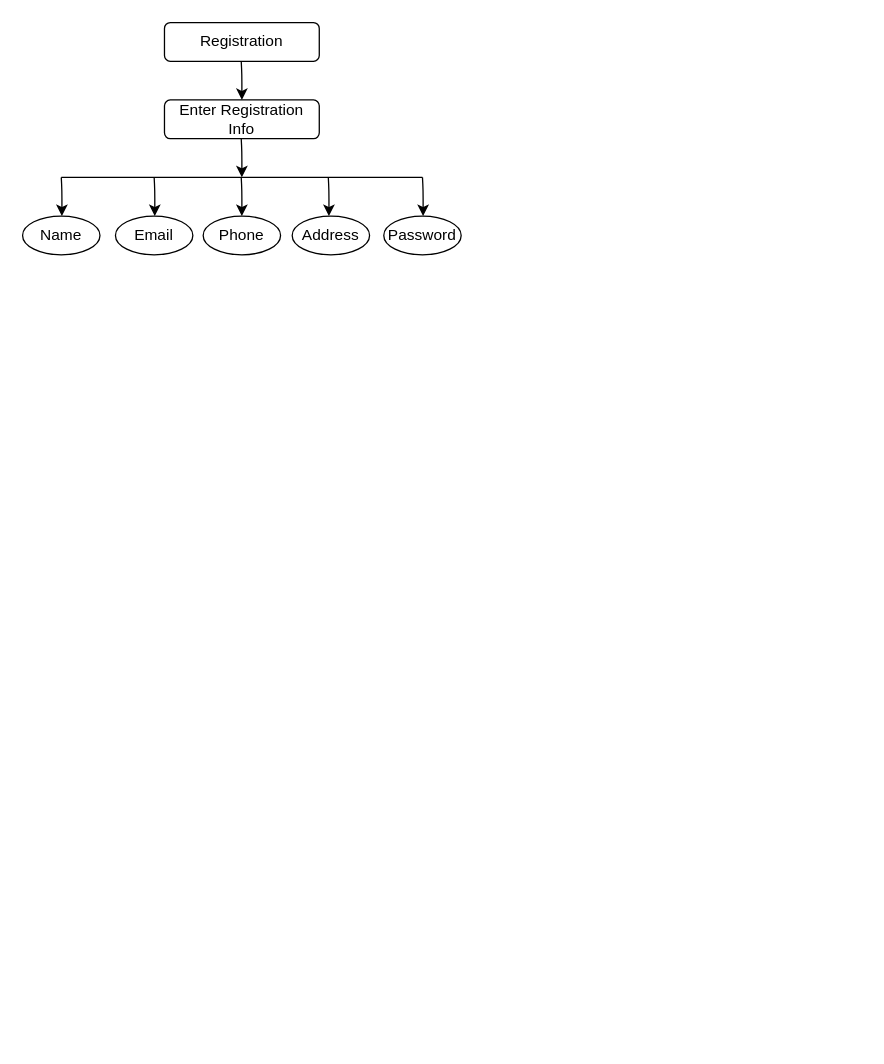
SHIMAISRAFIL/Transport-Schedule keeps this draw.io diagram as database/Activity Diagram for Employee.drawio. Above is the earlier version. Source tidied: cells renumbered, new cells numbered last; positions are measured from the earlier drawing's top-left corner, leaving out a move shared by most shapes. Both pictures are drawn from the tidied source at 129%, with x=0, y=0 at pixel (22, 22).
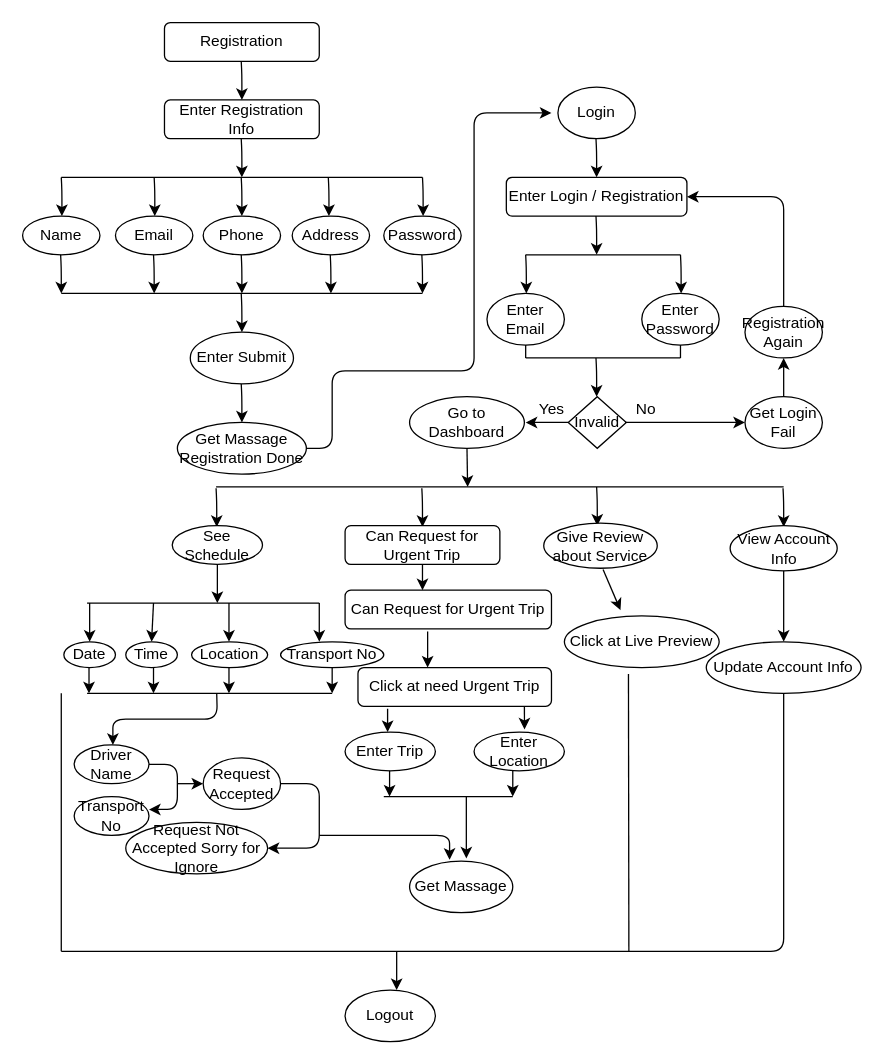
After the change.

Diff of the diagram source:
```diff
@@
+    <mxCell id="17" style="endArrow=classic;html=1;" parent="1" edge="1">
+      <mxGeometry relative="1" as="geometry">
+        <mxPoint x="29.5" y="180" as="sourcePoint" />
+        <mxPoint x="30" y="210" as="targetPoint" />
+        <Array as="points">
+          <mxPoint x="30" y="190" />
+        </Array>
+      </mxGeometry>
+    </mxCell>
+    <mxCell id="18" style="endArrow=classic;html=1;" parent="1" edge="1">
+      <mxGeometry relative="1" as="geometry">
+        <mxPoint x="101.5" y="180" as="sourcePoint" />
+        <mxPoint x="102" y="210" as="targetPoint" />
+        <Array as="points">
+          <mxPoint x="102" y="190" />
+        </Array>
+      </mxGeometry>
+    </mxCell>
+    <mxCell id="19" style="endArrow=classic;html=1;" parent="1" edge="1">
+      <mxGeometry relative="1" as="geometry">
+        <mxPoint x="169.5" y="180" as="sourcePoint" />
+        <mxPoint x="170" y="210" as="targetPoint" />
+        <Array as="points">
+          <mxPoint x="170" y="190" />
+        </Array>
+      </mxGeometry>
+    </mxCell>
+    <mxCell id="20" style="endArrow=classic;html=1;" parent="1" edge="1">
+      <mxGeometry relative="1" as="geometry">
+        <mxPoint x="238.5" y="180" as="sourcePoint" />
+        <mxPoint x="239" y="210" as="targetPoint" />
+        <Array as="points">
+          <mxPoint x="239" y="190" />
+        </Array>
+      </mxGeometry>
+    </mxCell>
+    <mxCell id="21" style="endArrow=classic;html=1;" parent="1" edge="1">
+      <mxGeometry relative="1" as="geometry">
+        <mxPoint x="309.5" y="180" as="sourcePoint" />
+        <mxPoint x="310" y="210" as="targetPoint" />
+        <Array as="points">
+          <mxPoint x="310" y="190" />
+        </Array>
+      </mxGeometry>
+    </mxCell>
+    <mxCell id="22" style="endArrow=none;html=1;" parent="1" edge="1">
+      <mxGeometry relative="1" as="geometry">
+        <mxPoint x="30" y="210" as="sourcePoint" />
+        <mxPoint x="310" y="210" as="targetPoint" />
+      </mxGeometry>
+    </mxCell>
+    <mxCell id="23" style="endArrow=classic;html=1;" parent="1" edge="1">
+      <mxGeometry relative="1" as="geometry">
+        <mxPoint x="169.5" y="210" as="sourcePoint" />
+        <mxPoint x="170" y="240" as="targetPoint" />
+        <Array as="points">
+          <mxPoint x="170" y="220" />
+        </Array>
+      </mxGeometry>
+    </mxCell>
+    <mxCell id="24" value="Get Massage Registration Done" style="ellipse;whiteSpace=wrap;html=1;" parent="1" vertex="1">
+      <mxGeometry x="120" y="310" width="100" height="40" as="geometry" />
+    </mxCell>
+    <mxCell id="25" style="endArrow=classic;html=1;" parent="1" edge="1">
+      <mxGeometry relative="1" as="geometry">
+        <mxPoint x="169.5" y="280" as="sourcePoint" />
+        <mxPoint x="170" y="310" as="targetPoint" />
+        <Array as="points">
+          <mxPoint x="170" y="290" />
+        </Array>
+      </mxGeometry>
+    </mxCell>
+    <mxCell id="26" value="Enter Submit" style="ellipse;whiteSpace=wrap;html=1;" parent="1" vertex="1">
+      <mxGeometry x="130" y="240" width="80" height="40" as="geometry" />
+    </mxCell>
+    <mxCell id="27" style="endArrow=classic;html=1;exitX=1;exitY=0.5;exitDx=0;exitDy=0;" parent="1" edge="1" source="24">
+      <mxGeometry relative="1" as="geometry">
+        <mxPoint x="410" y="70" as="targetPoint" />
+        <Array as="points">
+          <mxPoint x="240" y="330" />
+          <mxPoint x="240" y="270" />
+          <mxPoint x="350" y="270" />
+          <mxPoint x="350" y="190" />
+          <mxPoint x="350" y="70" />
+        </Array>
+      </mxGeometry>
+    </mxCell>
+    <mxCell id="28" value="Login" style="ellipse;whiteSpace=wrap;html=1;" parent="1" vertex="1">
+      <mxGeometry x="415" y="50" width="60" height="40" as="geometry" />
+    </mxCell>
+    <mxCell id="29" style="endArrow=classic;html=1;" parent="1" edge="1">
+      <mxGeometry relative="1" as="geometry">
+        <mxPoint x="444.5" y="90" as="sourcePoint" />
+        <mxPoint x="445" y="120" as="targetPoint" />
+        <Array as="points">
+          <mxPoint x="445" y="100" />
+        </Array>
+      </mxGeometry>
+    </mxCell>
+    <mxCell id="30" value="Enter Login / Registration" style="rounded=1;whiteSpace=wrap;html=1;" parent="1" vertex="1">
+      <mxGeometry x="375" y="120" width="140" height="30" as="geometry" />
+    </mxCell>
+    <mxCell id="31" style="endArrow=classic;html=1;" parent="1" edge="1">
+      <mxGeometry relative="1" as="geometry">
+        <mxPoint x="444.5" y="150" as="sourcePoint" />
+        <mxPoint x="445" y="180" as="targetPoint" />
+        <Array as="points">
+          <mxPoint x="445" y="160" />
+        </Array>
+      </mxGeometry>
+    </mxCell>
+    <mxCell id="32" style="endArrow=none;html=1;" parent="1" edge="1">
+      <mxGeometry relative="1" as="geometry">
+        <mxPoint x="390" y="180" as="sourcePoint" />
+        <mxPoint x="510" y="180" as="targetPoint" />
+      </mxGeometry>
+    </mxCell>
+    <mxCell id="33" value="Enter Email" style="ellipse;whiteSpace=wrap;html=1;" parent="1" vertex="1">
+      <mxGeometry x="360" y="210" width="60" height="40" as="geometry" />
+    </mxCell>
+    <mxCell id="34" value="Enter Password" style="ellipse;whiteSpace=wrap;html=1;" parent="1" vertex="1">
+      <mxGeometry x="480" y="210" width="60" height="40" as="geometry" />
+    </mxCell>
+    <mxCell id="35" style="endArrow=classic;html=1;" parent="1" edge="1">
+      <mxGeometry relative="1" as="geometry">
+        <mxPoint x="390" y="180" as="sourcePoint" />
+        <mxPoint x="390.5" y="210" as="targetPoint" />
+        <Array as="points">
+          <mxPoint x="390.5" y="190" />
+        </Array>
+      </mxGeometry>
+    </mxCell>
+    <mxCell id="36" style="endArrow=classic;html=1;" parent="1" edge="1">
+      <mxGeometry relative="1" as="geometry">
+        <mxPoint x="510" y="180" as="sourcePoint" />
+        <mxPoint x="510.5" y="210" as="targetPoint" />
+        <Array as="points">
+          <mxPoint x="510.5" y="190" />
+        </Array>
+      </mxGeometry>
+    </mxCell>
+    <mxCell id="37" style="endArrow=none;html=1;" parent="1" edge="1">
+      <mxGeometry relative="1" as="geometry">
+        <mxPoint x="390" y="260" as="sourcePoint" />
+        <mxPoint x="510" y="260" as="targetPoint" />
+      </mxGeometry>
+    </mxCell>
+    <mxCell id="38" style="endArrow=none;html=1;entryX=0.5;entryY=1;entryDx=0;entryDy=0;" parent="1" edge="1" target="33">
+      <mxGeometry relative="1" as="geometry">
+        <mxPoint x="390" y="260" as="sourcePoint" />
+      </mxGeometry>
+    </mxCell>
+    <mxCell id="39" style="endArrow=none;html=1;entryX=0.5;entryY=1;entryDx=0;entryDy=0;" parent="1" edge="1" target="34">
+      <mxGeometry relative="1" as="geometry">
+        <mxPoint x="510" y="260" as="sourcePoint" />
+      </mxGeometry>
+    </mxCell>
+    <mxCell id="40" style="endArrow=classic;html=1;" parent="1" edge="1">
+      <mxGeometry relative="1" as="geometry">
+        <mxPoint x="444.5" y="260" as="sourcePoint" />
+        <mxPoint x="445" y="290" as="targetPoint" />
+        <Array as="points">
+          <mxPoint x="445" y="270" />
+        </Array>
+      </mxGeometry>
+    </mxCell>
+    <mxCell id="41" value="Invalid" style="rhombus;whiteSpace=wrap;html=1;" parent="1" vertex="1">
+      <mxGeometry x="423" y="290" width="45" height="40" as="geometry" />
+    </mxCell>
+    <mxCell id="42" style="endArrow=classic;html=1;exitX=0;exitY=0.5;exitDx=0;exitDy=0;" parent="1" edge="1" source="41">
+      <mxGeometry relative="1" as="geometry">
+        <mxPoint x="390" y="310" as="targetPoint" />
+      </mxGeometry>
+    </mxCell>
+    <mxCell id="43" value="Go to Dashboard" style="ellipse;whiteSpace=wrap;html=1;" parent="1" vertex="1">
+      <mxGeometry x="300" y="290" width="89" height="40" as="geometry" />
+    </mxCell>
+    <mxCell id="44" value="Yes" style="text;html=1;align=center;verticalAlign=middle;strokeColor=none;" parent="1" vertex="1">
+      <mxGeometry x="390" y="290" width="40" height="20" as="geometry" />
+    </mxCell>
+    <mxCell id="45" style="endArrow=classic;html=1;entryX=0;entryY=0.5;entryDx=0;entryDy=0;" parent="1" edge="1" target="47">
+      <mxGeometry relative="1" as="geometry">
+        <mxPoint x="467" y="310" as="sourcePoint" />
+      </mxGeometry>
+    </mxCell>
+    <mxCell id="46" value="No" style="text;html=1;align=center;verticalAlign=middle;strokeColor=none;" parent="1" vertex="1">
+      <mxGeometry x="468" y="290" width="30" height="20" as="geometry" />
+    </mxCell>
+    <mxCell id="47" value="Get Login Fail" style="ellipse;whiteSpace=wrap;html=1;" parent="1" vertex="1">
+      <mxGeometry x="560" y="290" width="60" height="40" as="geometry" />
+    </mxCell>
+    <mxCell id="48" style="endArrow=classic;html=1;entryX=1;entryY=0.5;entryDx=0;entryDy=0;" parent="1" edge="1" target="30">
+      <mxGeometry relative="1" as="geometry">
+        <mxPoint x="590" y="220" as="sourcePoint" />
+        <Array as="points">
+          <mxPoint x="590" y="135" />
+        </Array>
+      </mxGeometry>
+    </mxCell>
+    <mxCell id="49" value="Registration Again" style="ellipse;whiteSpace=wrap;html=1;" parent="1" vertex="1">
+      <mxGeometry x="560" y="220" width="60" height="40" as="geometry" />
+    </mxCell>
+    <mxCell id="50" style="endArrow=classic;html=1;exitX=0.5;exitY=0;exitDx=0;exitDy=0;entryX=0.5;entryY=1;entryDx=0;entryDy=0;" parent="1" edge="1" source="47" target="49">
+      <mxGeometry relative="1" as="geometry" />
+    </mxCell>
+    <mxCell id="51" style="endArrow=classic;html=1;exitX=0.5;exitY=1;exitDx=0;exitDy=0;" parent="1" edge="1" source="43">
+      <mxGeometry relative="1" as="geometry">
+        <mxPoint x="345" y="360" as="targetPoint" />
+      </mxGeometry>
+    </mxCell>
+    <mxCell id="52" style="endArrow=none;html=1;" parent="1" edge="1">
+      <mxGeometry relative="1" as="geometry">
+        <mxPoint x="150" y="360" as="sourcePoint" />
+        <mxPoint x="590" y="360" as="targetPoint" />
+      </mxGeometry>
+    </mxCell>
+    <mxCell id="53" style="endArrow=classic;html=1;" parent="1" edge="1">
+      <mxGeometry relative="1" as="geometry">
+        <mxPoint x="589.5" y="361" as="sourcePoint" />
+        <mxPoint x="590" y="391" as="targetPoint" />
+        <Array as="points">
+          <mxPoint x="590" y="371" />
+        </Array>
+      </mxGeometry>
+    </mxCell>
+    <mxCell id="54" style="endArrow=classic;html=1;" parent="1" edge="1">
+      <mxGeometry relative="1" as="geometry">
+        <mxPoint x="150" y="361" as="sourcePoint" />
+        <mxPoint x="150.5" y="391" as="targetPoint" />
+        <Array as="points">
+          <mxPoint x="150.5" y="371" />
+        </Array>
+      </mxGeometry>
+    </mxCell>
+    <mxCell id="55" style="endArrow=classic;html=1;" parent="1" edge="1">
+      <mxGeometry relative="1" as="geometry">
+        <mxPoint x="309.5" y="361" as="sourcePoint" />
+        <mxPoint x="310" y="391" as="targetPoint" />
+        <Array as="points">
+          <mxPoint x="310" y="371" />
+        </Array>
+      </mxGeometry>
+    </mxCell>
+    <mxCell id="56" style="endArrow=classic;html=1;" parent="1" edge="1">
+      <mxGeometry relative="1" as="geometry">
+        <mxPoint x="445" y="360" as="sourcePoint" />
+        <mxPoint x="445.5" y="390" as="targetPoint" />
+        <Array as="points">
+          <mxPoint x="445.5" y="370" />
+        </Array>
+      </mxGeometry>
+    </mxCell>
+    <mxCell id="57" value="See Schedule" style="ellipse;whiteSpace=wrap;html=1;" parent="1" vertex="1">
+      <mxGeometry x="116" y="390" width="70" height="30" as="geometry" />
+    </mxCell>
+    <mxCell id="58" value="Can Request for Urgent Trip" style="rounded=1;whiteSpace=wrap;html=1;" parent="1" vertex="1">
+      <mxGeometry x="250" y="390" width="120" height="30" as="geometry" />
+    </mxCell>
+    <mxCell id="59" value="Give Review about Service" style="ellipse;whiteSpace=wrap;html=1;" parent="1" vertex="1">
+      <mxGeometry x="404" y="388" width="88" height="35" as="geometry" />
+    </mxCell>
+    <mxCell id="60" value="View Account Info" style="ellipse;whiteSpace=wrap;html=1;" parent="1" vertex="1">
+      <mxGeometry x="548.5" y="390" width="83" height="35" as="geometry" />
+    </mxCell>
+    <mxCell id="61" style="endArrow=classic;html=1;exitX=0.5;exitY=1;exitDx=0;exitDy=0;" parent="1" edge="1" source="57">
+      <mxGeometry relative="1" as="geometry">
+        <mxPoint x="151" y="450" as="targetPoint" />
+      </mxGeometry>
+    </mxCell>
+    <mxCell id="62" style="endArrow=none;html=1;" parent="1" edge="1">
+      <mxGeometry relative="1" as="geometry">
+        <mxPoint x="50" y="450" as="sourcePoint" />
+        <mxPoint x="230" y="450" as="targetPoint" />
+      </mxGeometry>
+    </mxCell>
+    <mxCell id="63" value="Date" style="ellipse;whiteSpace=wrap;html=1;" parent="1" vertex="1">
+      <mxGeometry x="32" y="480" width="40" height="20" as="geometry" />
+    </mxCell>
+    <mxCell id="64" style="endArrow=classic;html=1;" parent="1" edge="1">
+      <mxGeometry relative="1" as="geometry">
+        <mxPoint x="52" y="450" as="sourcePoint" />
+        <mxPoint x="52" y="480" as="targetPoint" />
+      </mxGeometry>
+    </mxCell>
+    <mxCell id="65" style="endArrow=classic;html=1;" parent="1" edge="1">
+      <mxGeometry relative="1" as="geometry">
+        <mxPoint x="230" y="450" as="sourcePoint" />
+        <mxPoint x="230" y="480" as="targetPoint" />
+      </mxGeometry>
+    </mxCell>
+    <mxCell id="66" value="Transport No" style="ellipse;whiteSpace=wrap;html=1;" parent="1" vertex="1">
+      <mxGeometry x="200" y="480" width="80" height="20" as="geometry" />
+    </mxCell>
+    <mxCell id="67" style="endArrow=classic;html=1;" parent="1" edge="1">
+      <mxGeometry relative="1" as="geometry">
+        <mxPoint x="160" y="450" as="sourcePoint" />
+        <mxPoint x="160" y="480" as="targetPoint" />
+      </mxGeometry>
+    </mxCell>
+    <mxCell id="68" style="endArrow=classic;html=1;entryX=0.5;entryY=0;entryDx=0;entryDy=0;" parent="1" edge="1" target="69">
+      <mxGeometry relative="1" as="geometry">
+        <mxPoint x="101.5" y="450" as="sourcePoint" />
+      </mxGeometry>
+    </mxCell>
+    <mxCell id="69" value="Time" style="ellipse;whiteSpace=wrap;html=1;" parent="1" vertex="1">
+      <mxGeometry x="80" y="480" width="40" height="20" as="geometry" />
+    </mxCell>
+    <mxCell id="70" value="Location" style="ellipse;whiteSpace=wrap;html=1;" parent="1" vertex="1">
+      <mxGeometry x="131" y="480" width="59" height="20" as="geometry" />
+    </mxCell>
+    <mxCell id="71" style="endArrow=none;html=1;" parent="1" edge="1">
+      <mxGeometry relative="1" as="geometry">
+        <mxPoint x="50" y="520" as="sourcePoint" />
+        <mxPoint x="240" y="520" as="targetPoint" />
+      </mxGeometry>
+    </mxCell>
+    <mxCell id="72" style="endArrow=classic;html=1;exitX=0.5;exitY=1;exitDx=0;exitDy=0;" parent="1" edge="1" source="66">
+      <mxGeometry relative="1" as="geometry">
+        <mxPoint x="240" y="520" as="targetPoint" />
+      </mxGeometry>
+    </mxCell>
+    <mxCell id="73" style="endArrow=classic;html=1;exitX=0.5;exitY=1;exitDx=0;exitDy=0;" parent="1" edge="1">
+      <mxGeometry relative="1" as="geometry">
+        <mxPoint x="160" y="500" as="sourcePoint" />
+        <mxPoint x="160" y="520" as="targetPoint" />
+      </mxGeometry>
+    </mxCell>
+    <mxCell id="74" style="endArrow=classic;html=1;exitX=0.5;exitY=1;exitDx=0;exitDy=0;" parent="1" edge="1">
+      <mxGeometry relative="1" as="geometry">
+        <mxPoint x="101.5" y="500" as="sourcePoint" />
+        <mxPoint x="101.5" y="520" as="targetPoint" />
+      </mxGeometry>
+    </mxCell>
+    <mxCell id="75" style="endArrow=classic;html=1;exitX=0.5;exitY=1;exitDx=0;exitDy=0;" parent="1" edge="1">
+      <mxGeometry relative="1" as="geometry">
+        <mxPoint x="51.5" y="500" as="sourcePoint" />
+        <mxPoint x="51.5" y="520" as="targetPoint" />
+      </mxGeometry>
+    </mxCell>
+    <mxCell id="76" style="endArrow=classic;html=1;exitX=0.5;exitY=1;exitDx=0;exitDy=0;" parent="1" edge="1">
+      <mxGeometry relative="1" as="geometry">
+        <mxPoint x="150.5" y="520" as="sourcePoint" />
+        <mxPoint x="70" y="560" as="targetPoint" />
+        <Array as="points">
+          <mxPoint x="151" y="540" />
+          <mxPoint x="70" y="540" />
+        </Array>
+      </mxGeometry>
+    </mxCell>
+    <mxCell id="77" value="Driver Name" style="ellipse;whiteSpace=wrap;html=1;" parent="1" vertex="1">
+      <mxGeometry x="40" y="560" width="58" height="30" as="geometry" />
+    </mxCell>
+    <mxCell id="78" style="endArrow=classic;html=1;exitX=1;exitY=0.5;exitDx=0;exitDy=0;" parent="1" edge="1" source="77">
+      <mxGeometry relative="1" as="geometry">
+        <mxPoint x="98" y="610" as="targetPoint" />
+        <Array as="points">
+          <mxPoint x="120" y="575" />
+          <mxPoint x="120" y="610" />
+        </Array>
+      </mxGeometry>
+    </mxCell>
+    <mxCell id="79" value="Transport No" style="ellipse;whiteSpace=wrap;html=1;" parent="1" vertex="1">
+      <mxGeometry x="40" y="600" width="58" height="30" as="geometry" />
+    </mxCell>
+    <mxCell id="80" style="endArrow=classic;html=1;" parent="1" edge="1">
+      <mxGeometry relative="1" as="geometry">
+        <mxPoint x="120" y="590" as="sourcePoint" />
+        <mxPoint x="140" y="590" as="targetPoint" />
+      </mxGeometry>
+    </mxCell>
+    <mxCell id="81" value="Request Accepted" style="ellipse;whiteSpace=wrap;html=1;" parent="1" vertex="1">
+      <mxGeometry x="140" y="570" width="60" height="40" as="geometry" />
+    </mxCell>
+    <mxCell id="82" style="endArrow=classic;html=1;exitX=1;exitY=0.5;exitDx=0;exitDy=0;" parent="1" edge="1" source="81">
+      <mxGeometry relative="1" as="geometry">
+        <mxPoint x="190" y="640" as="targetPoint" />
+        <Array as="points">
+          <mxPoint x="230" y="590" />
+          <mxPoint x="230" y="640" />
+        </Array>
+      </mxGeometry>
+    </mxCell>
+    <mxCell id="83" value="Request Not Accepted Sorry for Ignore" style="ellipse;whiteSpace=wrap;html=1;" parent="1" vertex="1">
+      <mxGeometry x="80" y="620" width="110" height="40" as="geometry" />
+    </mxCell>
+    <mxCell id="84" style="endArrow=classic;html=1;entryX=0.388;entryY=-0.025;entryDx=0;entryDy=0;entryPerimeter=0;" parent="1" edge="1" target="85">
+      <mxGeometry relative="1" as="geometry">
+        <mxPoint x="230" y="630" as="sourcePoint" />
+        <Array as="points">
+          <mxPoint x="331" y="630" />
+        </Array>
+      </mxGeometry>
+    </mxCell>
+    <mxCell id="85" value="Get Massage" style="ellipse;whiteSpace=wrap;html=1;" parent="1" vertex="1">
+      <mxGeometry x="300" y="650" width="80" height="40" as="geometry" />
+    </mxCell>
+    <mxCell id="86" style="endArrow=classic;html=1;exitX=0.5;exitY=1;exitDx=0;exitDy=0;" parent="1" edge="1" source="58">
+      <mxGeometry relative="1" as="geometry">
+        <mxPoint x="310" y="440" as="targetPoint" />
+      </mxGeometry>
+    </mxCell>
+    <mxCell id="87" value="Can Request for Urgent Trip" style="rounded=1;whiteSpace=wrap;html=1;" parent="1" vertex="1">
+      <mxGeometry x="250" y="440" width="160" height="30" as="geometry" />
+    </mxCell>
+    <mxCell id="88" style="endArrow=classic;html=1;exitX=0.4;exitY=1.067;exitDx=0;exitDy=0;exitPerimeter=0;" parent="1" edge="1" source="87">
+      <mxGeometry relative="1" as="geometry">
+        <mxPoint x="314" y="500" as="targetPoint" />
+      </mxGeometry>
+    </mxCell>
+    <mxCell id="89" value="Click at need Urgent Trip" style="rounded=1;whiteSpace=wrap;html=1;" parent="1" vertex="1">
+      <mxGeometry x="260" y="500" width="150" height="30" as="geometry" />
+    </mxCell>
+    <mxCell id="90" style="endArrow=classic;html=1;exitX=0.153;exitY=1.067;exitDx=0;exitDy=0;exitPerimeter=0;" parent="1" edge="1" source="89">
+      <mxGeometry relative="1" as="geometry">
+        <mxPoint x="283" y="550" as="targetPoint" />
+      </mxGeometry>
+    </mxCell>
+    <mxCell id="91" style="endArrow=classic;html=1;exitX=0.153;exitY=1.067;exitDx=0;exitDy=0;exitPerimeter=0;" parent="1" edge="1">
+      <mxGeometry relative="1" as="geometry">
+        <mxPoint x="389" y="530" as="sourcePoint" />
+        <mxPoint x="389.1" y="548" as="targetPoint" />
+      </mxGeometry>
+    </mxCell>
+    <mxCell id="92" value="Enter Trip" style="ellipse;whiteSpace=wrap;html=1;" parent="1" vertex="1">
+      <mxGeometry x="250" y="550" width="70" height="30" as="geometry" />
+    </mxCell>
+    <mxCell id="93" value="Enter Location" style="ellipse;whiteSpace=wrap;html=1;" parent="1" vertex="1">
+      <mxGeometry x="350" y="550" width="70" height="30" as="geometry" />
+    </mxCell>
+    <mxCell id="94" style="endArrow=none;html=1;" parent="1" edge="1">
+      <mxGeometry relative="1" as="geometry">
+        <mxPoint x="280" y="600" as="sourcePoint" />
+        <mxPoint x="380" y="600" as="targetPoint" />
+      </mxGeometry>
+    </mxCell>
+    <mxCell id="95" style="endArrow=classic;html=1;" parent="1" edge="1">
+      <mxGeometry relative="1" as="geometry">
+        <mxPoint x="380" y="580" as="sourcePoint" />
+        <mxPoint x="380" y="600" as="targetPoint" />
+      </mxGeometry>
+    </mxCell>
+    <mxCell id="96" style="endArrow=classic;html=1;" parent="1" edge="1">
+      <mxGeometry relative="1" as="geometry">
+        <mxPoint x="284.5" y="580" as="sourcePoint" />
+        <mxPoint x="284.5" y="600" as="targetPoint" />
+      </mxGeometry>
+    </mxCell>
+    <mxCell id="97" style="endArrow=classic;html=1;entryX=0.775;entryY=-0.05;entryDx=0;entryDy=0;entryPerimeter=0;" parent="1" edge="1">
+      <mxGeometry relative="1" as="geometry">
+        <mxPoint x="344" y="600" as="sourcePoint" />
+        <mxPoint x="344" y="648" as="targetPoint" />
+      </mxGeometry>
+    </mxCell>
+    <mxCell id="98" style="endArrow=classic;html=1;" parent="1" edge="1">
+      <mxGeometry relative="1" as="geometry">
+        <mxPoint x="450" y="424" as="sourcePoint" />
+        <mxPoint x="463.5" y="455.5" as="targetPoint" />
+      </mxGeometry>
+    </mxCell>
+    <mxCell id="99" value="Click at Live Preview" style="ellipse;whiteSpace=wrap;html=1;" parent="1" vertex="1">
+      <mxGeometry x="420" y="460" width="120" height="40" as="geometry" />
+    </mxCell>
+    <mxCell id="100" style="endArrow=classic;html=1;exitX=0.5;exitY=1;exitDx=0;exitDy=0;" parent="1" edge="1" source="60" target="101">
+      <mxGeometry relative="1" as="geometry" />
+    </mxCell>
+    <mxCell id="101" value="Update Account Info" style="ellipse;whiteSpace=wrap;html=1;" parent="1" vertex="1">
+      <mxGeometry x="530" y="480" width="120" height="40" as="geometry" />
+    </mxCell>
+    <mxCell id="102" style="endArrow=none;html=1;entryX=0.5;entryY=1;entryDx=0;entryDy=0;" parent="1" edge="1" target="101">
+      <mxGeometry relative="1" as="geometry">
+        <mxPoint x="30" y="720" as="sourcePoint" />
+        <Array as="points">
+          <mxPoint x="590" y="720" />
+        </Array>
+      </mxGeometry>
+    </mxCell>
+    <mxCell id="103" style="endArrow=none;html=1;entryX=0.414;entryY=1.125;entryDx=0;entryDy=0;entryPerimeter=0;" parent="1" edge="1" target="99">
+      <mxGeometry relative="1" as="geometry">
+        <mxPoint x="470" y="720" as="sourcePoint" />
+      </mxGeometry>
+    </mxCell>
+    <mxCell id="104" style="endArrow=none;html=1;" parent="1" edge="1">
+      <mxGeometry relative="1" as="geometry">
+        <mxPoint x="30" y="720" as="sourcePoint" />
+        <mxPoint x="30" y="520" as="targetPoint" />
+      </mxGeometry>
+    </mxCell>
+    <mxCell id="105" style="endArrow=classic;html=1;" parent="1" edge="1">
+      <mxGeometry relative="1" as="geometry">
+        <mxPoint x="290" y="720" as="sourcePoint" />
+        <mxPoint x="290" y="750" as="targetPoint" />
+      </mxGeometry>
+    </mxCell>
+    <mxCell id="106" value="Logout" style="ellipse;whiteSpace=wrap;html=1;" parent="1" vertex="1">
+      <mxGeometry x="250" y="750" width="70" height="40" as="geometry" />
+    </mxCell>
```
